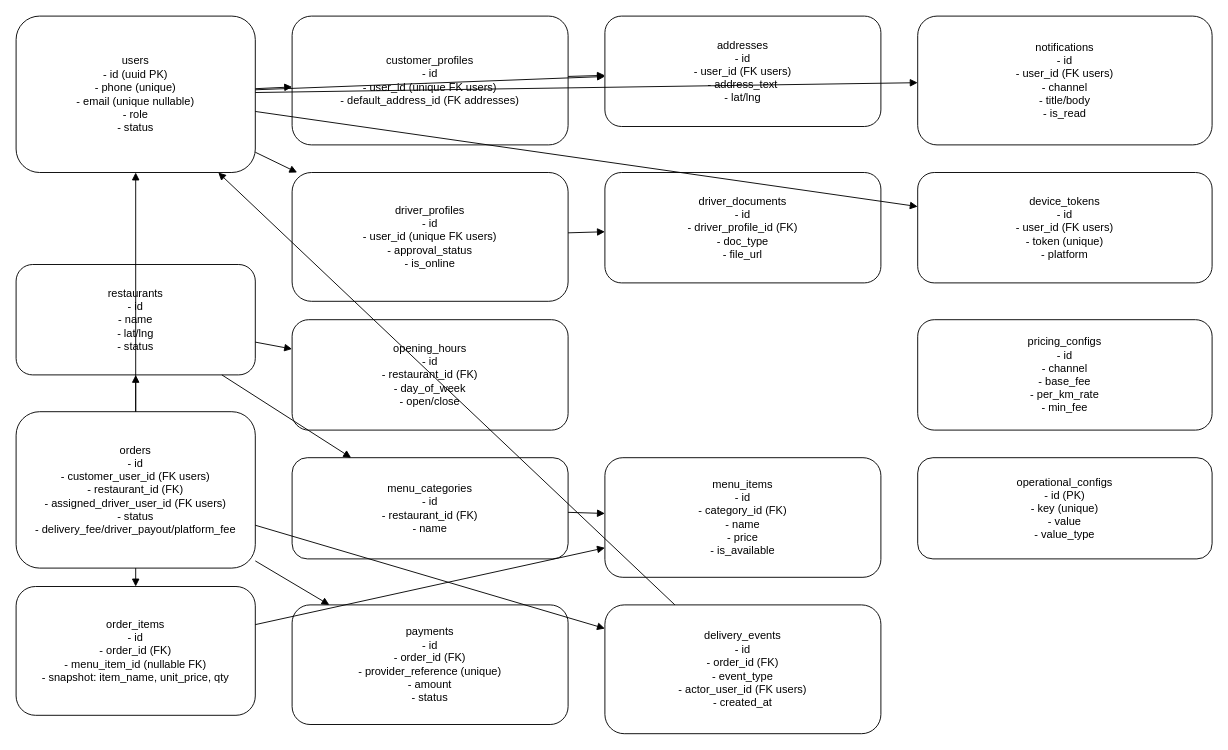
The draw.io diagram docs/er_diagram.drawio in nahum-code/kech-delivery-app, before the edit. Source tidied: cells renumbered, new cells numbered last; positions are measured from the earlier drawing's top-left corner, leaving out a move shared by most shapes. Both pictures are drawn from the tidied source at 92%, with x=0, y=0 at pixel (16, 16).
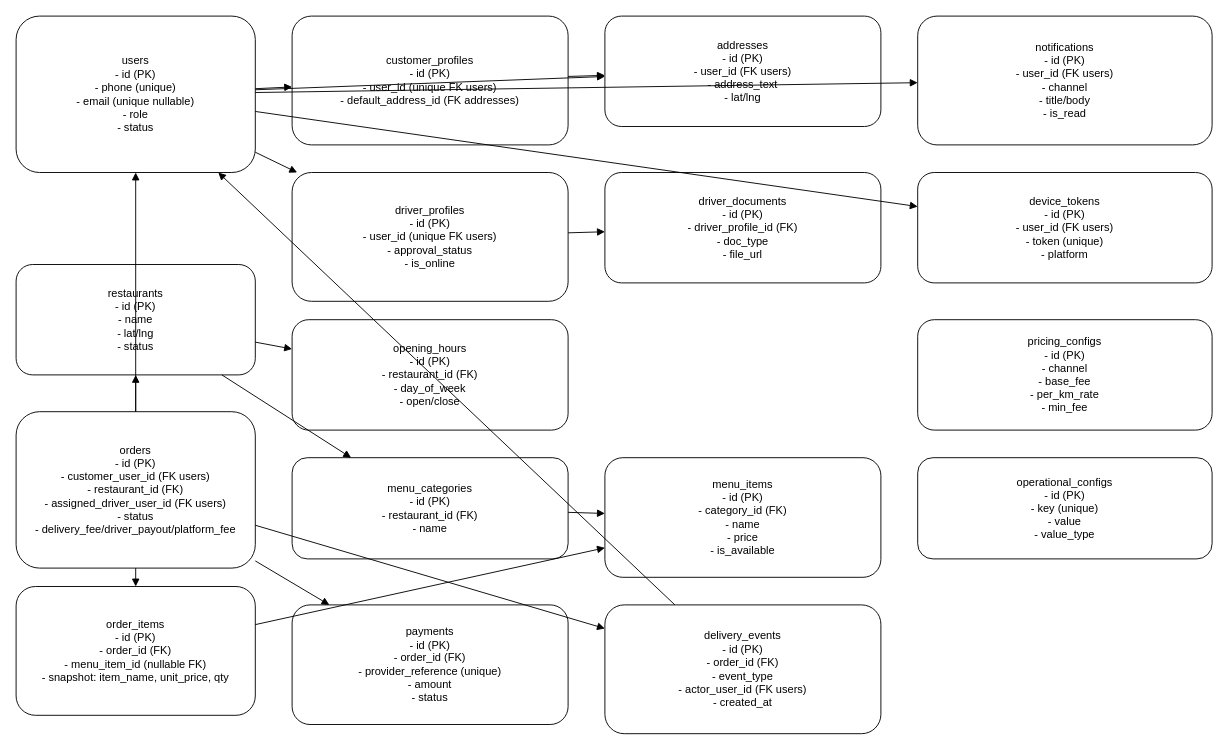
The same diagram, later.

Commit message (it also covers changes not shown here):
docs: add MVP dispatch design and expand architecture/database documentation with updated ER artifacts

The edit, as a diff of the source:
```diff
@@
-    <mxCell id="2" value="users&#10;- id (uuid PK)&#10;- phone (unique)&#10;- email (unique nullable)&#10;- role&#10;- status" style="rounded=1;whiteSpace=wrap;html=1;" parent="1" vertex="1">
+    <mxCell id="2" value="users&#10;- id (PK)&#10;- phone (unique)&#10;- email (unique nullable)&#10;- role&#10;- status" style="rounded=1;whiteSpace=wrap;html=1;" parent="1" vertex="1">
       <mxGeometry width="260" height="170" as="geometry" />
     </mxCell>
-    <mxCell id="3" value="customer_profiles&#10;- id&#10;- user_id (unique FK users)&#10;- default_address_id (FK addresses)" style="rounded=1;whiteSpace=wrap;html=1;" parent="1" vertex="1">
+    <mxCell id="3" value="customer_profiles&#10;- id (PK)&#10;- user_id (unique FK users)&#10;- default_address_id (FK addresses)" style="rounded=1;whiteSpace=wrap;html=1;" parent="1" vertex="1">
       <mxGeometry x="300" width="300" height="140" as="geometry" />
     </mxCell>
-    <mxCell id="4" value="driver_profiles&#10;- id&#10;- user_id (unique FK users)&#10;- approval_status&#10;- is_online" style="rounded=1;whiteSpace=wrap;html=1;" parent="1" vertex="1">
+    <mxCell id="4" value="driver_profiles&#10;- id (PK)&#10;- user_id (unique FK users)&#10;- approval_status&#10;- is_online" style="rounded=1;whiteSpace=wrap;html=1;" parent="1" vertex="1">
       <mxGeometry x="300" y="170" width="300" height="140" as="geometry" />
     </mxCell>
-    <mxCell id="5" value="driver_documents&#10;- id&#10;- driver_profile_id (FK)&#10;- doc_type&#10;- file_url" style="rounded=1;whiteSpace=wrap;html=1;" parent="1" vertex="1">
+    <mxCell id="5" value="driver_documents&#10;- id (PK)&#10;- driver_profile_id (FK)&#10;- doc_type&#10;- file_url" style="rounded=1;whiteSpace=wrap;html=1;" parent="1" vertex="1">
       <mxGeometry x="640" y="170" width="300" height="120" as="geometry" />
     </mxCell>
-    <mxCell id="6" value="addresses&#10;- id&#10;- user_id (FK users)&#10;- address_text&#10;- lat/lng" style="rounded=1;whiteSpace=wrap;html=1;" parent="1" vertex="1">
+    <mxCell id="6" value="addresses&#10;- id (PK)&#10;- user_id (FK users)&#10;- address_text&#10;- lat/lng" style="rounded=1;whiteSpace=wrap;html=1;" parent="1" vertex="1">
       <mxGeometry x="640" width="300" height="120" as="geometry" />
     </mxCell>
-    <mxCell id="7" value="restaurants&#10;- id&#10;- name&#10;- lat/lng&#10;- status" style="rounded=1;whiteSpace=wrap;html=1;" parent="1" vertex="1">
+    <mxCell id="7" value="restaurants&#10;- id (PK)&#10;- name&#10;- lat/lng&#10;- status" style="rounded=1;whiteSpace=wrap;html=1;" parent="1" vertex="1">
       <mxGeometry y="270" width="260" height="120" as="geometry" />
     </mxCell>
-    <mxCell id="8" value="opening_hours&#10;- id&#10;- restaurant_id (FK)&#10;- day_of_week&#10;- open/close" style="rounded=1;whiteSpace=wrap;html=1;" parent="1" vertex="1">
+    <mxCell id="8" value="opening_hours&#10;- id (PK)&#10;- restaurant_id (FK)&#10;- day_of_week&#10;- open/close" style="rounded=1;whiteSpace=wrap;html=1;" parent="1" vertex="1">
       <mxGeometry x="300" y="330" width="300" height="120" as="geometry" />
     </mxCell>
-    <mxCell id="9" value="menu_categories&#10;- id&#10;- restaurant_id (FK)&#10;- name" style="rounded=1;whiteSpace=wrap;html=1;" parent="1" vertex="1">
+    <mxCell id="9" value="menu_categories&#10;- id (PK)&#10;- restaurant_id (FK)&#10;- name" style="rounded=1;whiteSpace=wrap;html=1;" parent="1" vertex="1">
       <mxGeometry x="300" y="480" width="300" height="110" as="geometry" />
     </mxCell>
-    <mxCell id="10" value="menu_items&#10;- id&#10;- category_id (FK)&#10;- name&#10;- price&#10;- is_available" style="rounded=1;whiteSpace=wrap;html=1;" parent="1" vertex="1">
+    <mxCell id="10" value="menu_items&#10;- id (PK)&#10;- category_id (FK)&#10;- name&#10;- price&#10;- is_available" style="rounded=1;whiteSpace=wrap;html=1;" parent="1" vertex="1">
       <mxGeometry x="640" y="480" width="300" height="130" as="geometry" />
     </mxCell>
-    <mxCell id="11" value="orders&#10;- id&#10;- customer_user_id (FK users)&#10;- restaurant_id (FK)&#10;- assigned_driver_user_id (FK users)&#10;- status&#10;- delivery_fee/driver_payout/platform_fee" style="rounded=1;whiteSpace=wrap;html=1;" parent="1" vertex="1">
+    <mxCell id="11" value="orders&#10;- id (PK)&#10;- customer_user_id (FK users)&#10;- restaurant_id (FK)&#10;- assigned_driver_user_id (FK users)&#10;- status&#10;- delivery_fee/driver_payout/platform_fee" style="rounded=1;whiteSpace=wrap;html=1;" parent="1" vertex="1">
       <mxGeometry y="430" width="260" height="170" as="geometry" />
     </mxCell>
-    <mxCell id="12" value="order_items&#10;- id&#10;- order_id (FK)&#10;- menu_item_id (nullable FK)&#10;- snapshot: item_name, unit_price, qty" style="rounded=1;whiteSpace=wrap;html=1;" parent="1" vertex="1">
+    <mxCell id="12" value="order_items&#10;- id (PK)&#10;- order_id (FK)&#10;- menu_item_id (nullable FK)&#10;- snapshot: item_name, unit_price, qty" style="rounded=1;whiteSpace=wrap;html=1;" parent="1" vertex="1">
       <mxGeometry y="620" width="260" height="140" as="geometry" />
     </mxCell>
-    <mxCell id="13" value="payments&#10;- id&#10;- order_id (FK)&#10;- provider_reference (unique)&#10;- amount&#10;- status" style="rounded=1;whiteSpace=wrap;html=1;" parent="1" vertex="1">
+    <mxCell id="13" value="payments&#10;- id (PK)&#10;- order_id (FK)&#10;- provider_reference (unique)&#10;- amount&#10;- status" style="rounded=1;whiteSpace=wrap;html=1;" parent="1" vertex="1">
       <mxGeometry x="300" y="640" width="300" height="130" as="geometry" />
     </mxCell>
-    <mxCell id="14" value="delivery_events&#10;- id&#10;- order_id (FK)&#10;- event_type&#10;- actor_user_id (FK users)&#10;- created_at" style="rounded=1;whiteSpace=wrap;html=1;" parent="1" vertex="1">
+    <mxCell id="14" value="delivery_events&#10;- id (PK)&#10;- order_id (FK)&#10;- event_type&#10;- actor_user_id (FK users)&#10;- created_at" style="rounded=1;whiteSpace=wrap;html=1;" parent="1" vertex="1">
       <mxGeometry x="640" y="640" width="300" height="140" as="geometry" />
     </mxCell>
-    <mxCell id="15" value="notifications&#10;- id&#10;- user_id (FK users)&#10;- channel&#10;- title/body&#10;- is_read" style="rounded=1;whiteSpace=wrap;html=1;" parent="1" vertex="1">
+    <mxCell id="15" value="notifications&#10;- id (PK)&#10;- user_id (FK users)&#10;- channel&#10;- title/body&#10;- is_read" style="rounded=1;whiteSpace=wrap;html=1;" parent="1" vertex="1">
       <mxGeometry x="980" width="320" height="140" as="geometry" />
     </mxCell>
-    <mxCell id="16" value="device_tokens&#10;- id&#10;- user_id (FK users)&#10;- token (unique)&#10;- platform" style="rounded=1;whiteSpace=wrap;html=1;" parent="1" vertex="1">
+    <mxCell id="16" value="device_tokens&#10;- id (PK)&#10;- user_id (FK users)&#10;- token (unique)&#10;- platform" style="rounded=1;whiteSpace=wrap;html=1;" parent="1" vertex="1">
       <mxGeometry x="980" y="170" width="320" height="120" as="geometry" />
     </mxCell>
-    <mxCell id="17" value="pricing_configs&#10;- id&#10;- channel&#10;- base_fee&#10;- per_km_rate&#10;- min_fee" style="rounded=1;whiteSpace=wrap;html=1;" parent="1" vertex="1">
+    <mxCell id="17" value="pricing_configs&#10;- id (PK)&#10;- channel&#10;- base_fee&#10;- per_km_rate&#10;- min_fee" style="rounded=1;whiteSpace=wrap;html=1;" parent="1" vertex="1">
       <mxGeometry x="980" y="330" width="320" height="120" as="geometry" />
     </mxCell>
```
